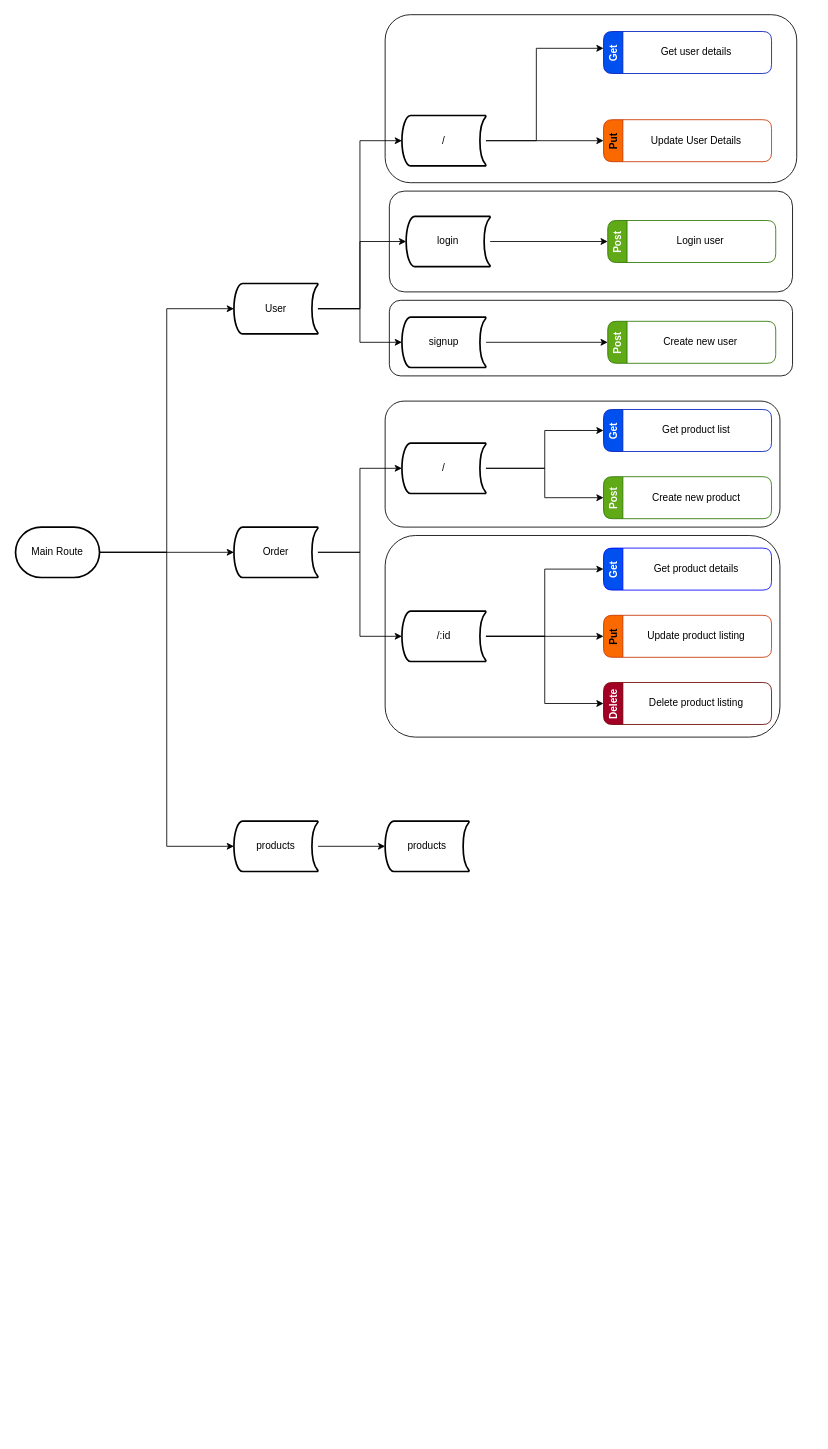
This is docs/Endpoint Mapping.drawio from XsAndre-L/Storefront-Backend---Express, a draw.io file, before an edit. Source tidied: cells renumbered, new cells numbered last; positions are measured from the earlier drawing's top-left corner, leaving out a move shared by most shapes. Both pictures are drawn from the tidied source at 84%, with x=0, y=0 at pixel (15, 14).
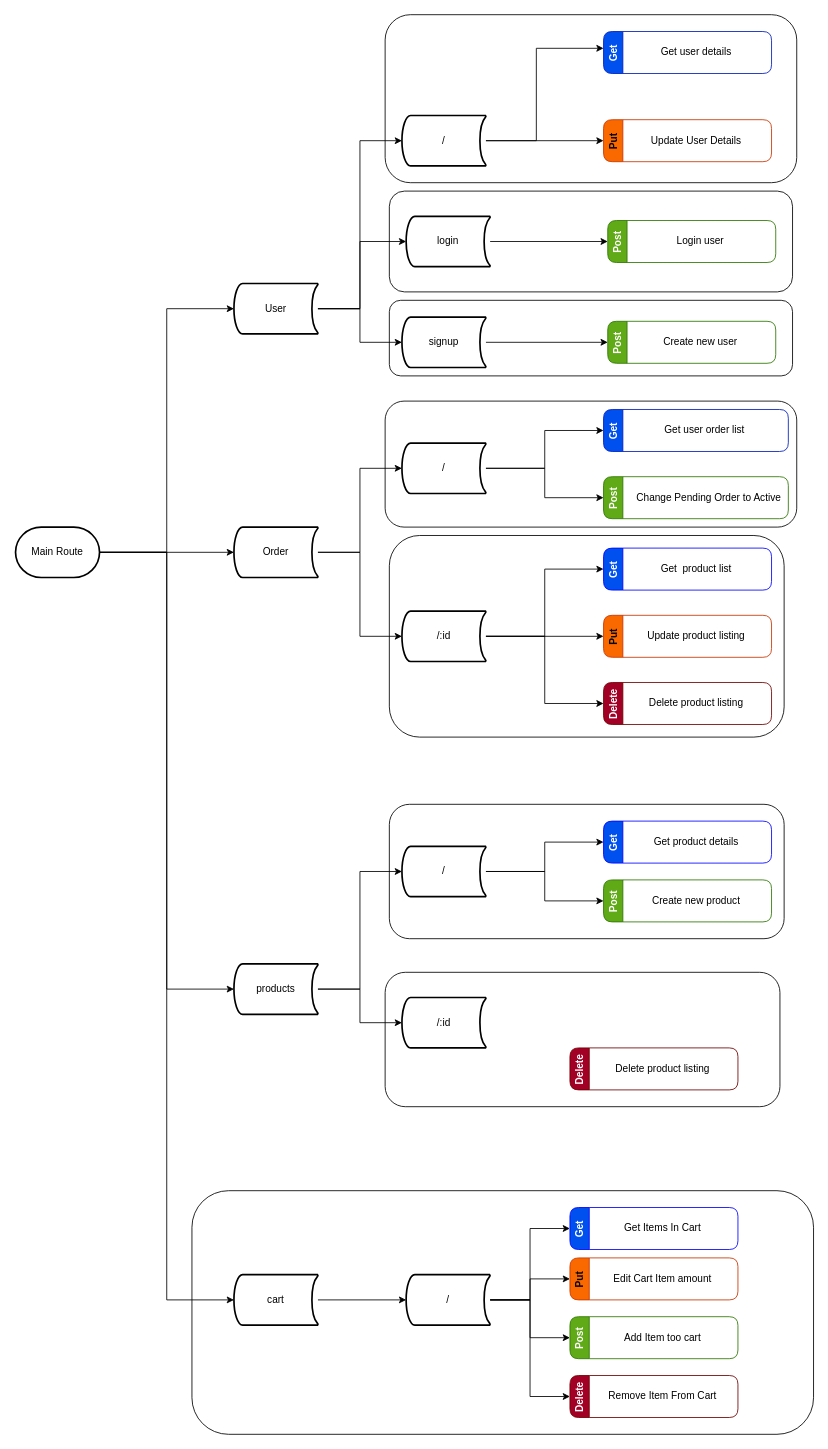
The same diagram, later.

Commit message (it also covers changes not shown here):
Cart Endpoints

Unchanged cells that the change refers to:
```xml
<mxCell id="10" value="Main Route" style="strokeWidth=2;html=1;shape=mxgraph.flowchart.terminator;whiteSpace=wrap;" parent="1" vertex="1">
  <mxGeometry y="610" width="100" height="60" as="geometry" />
</mxCell>
<mxCell id="47" value="Get" style="swimlane;horizontal=0;fillColor=#0050ef;fontColor=#ffffff;strokeColor=#0000FF;rounded=1;" parent="1" vertex="1">
  <mxGeometry x="700" y="635" width="200" height="50" as="geometry" />
</mxCell>
```

What changed in the source:
```diff
@@
+    <mxCell id="53" style="rounded=1;whiteSpace=wrap;html=1;" parent="1" vertex="1">
+      <mxGeometry x="210" y="1400" width="740" height="290" as="geometry" />
+    </mxCell>
+    <mxCell id="54" style="rounded=1;whiteSpace=wrap;html=1;" parent="1" vertex="1">
+      <mxGeometry x="440" y="1140" width="470" height="160" as="geometry" />
+    </mxCell>
+    <mxCell id="55" style="rounded=1;whiteSpace=wrap;html=1;" parent="1" vertex="1">
+      <mxGeometry x="445" y="940" width="470" height="160" as="geometry" />
+    </mxCell>
@@
     <mxCell id="5" style="rounded=1;whiteSpace=wrap;html=1;" parent="1" vertex="1">
-      <mxGeometry x="440" y="620" width="470" height="240" as="geometry" />
+      <mxGeometry x="445" y="620" width="470" height="240" as="geometry" />
     </mxCell>
     <mxCell id="6" style="rounded=1;whiteSpace=wrap;html=1;" parent="1" vertex="1">
-      <mxGeometry x="440" y="460" width="470" height="150" as="geometry" />
+      <mxGeometry x="440" y="460" width="490" height="150" as="geometry" />
     </mxCell>
@@
+    <mxCell id="56" style="edgeStyle=orthogonalEdgeStyle;rounded=0;jettySize=auto;html=1;entryX=0;entryY=0.5;entryDx=0;entryDy=0;entryPerimeter=0;" parent="1" edge="1" source="10" target="68">
+      <mxGeometry relative="1" as="geometry" />
+    </mxCell>
@@
     <mxCell id="18" style="edgeStyle=orthogonalEdgeStyle;rounded=0;jettySize=auto;html=1;" parent="1" edge="1" source="19" target="24">
-      <mxGeometry relative="1" as="geometry" />
+      <mxGeometry relative="1" as="geometry">
+        <Array as="points">
+          <mxPoint x="410" y="1160" />
+          <mxPoint x="410" y="1020" />
+        </Array>
+      </mxGeometry>
     </mxCell>
+    <mxCell id="57" style="edgeStyle=orthogonalEdgeStyle;rounded=0;jettySize=auto;html=1;" parent="1" edge="1" source="19" target="60">
+      <mxGeometry relative="1" as="geometry" />
+    </mxCell>
     <mxCell id="19" value="products" style="strokeWidth=2;html=1;shape=mxgraph.flowchart.stored_data;whiteSpace=wrap;" parent="1" vertex="1">
-      <mxGeometry x="260" y="960" width="100" height="60" as="geometry" />
+      <mxGeometry x="260" y="1130" width="100" height="60" as="geometry" />
     </mxCell>
@@
+    <mxCell id="58" style="edgeStyle=orthogonalEdgeStyle;rounded=0;jettySize=auto;html=1;entryX=0;entryY=0.5;entryDx=0;entryDy=0;" parent="1" edge="1" source="24" target="63">
+      <mxGeometry relative="1" as="geometry" />
+    </mxCell>
+    <mxCell id="59" style="edgeStyle=orthogonalEdgeStyle;rounded=0;jettySize=auto;html=1;" parent="1" edge="1" source="24" target="65">
+      <mxGeometry relative="1" as="geometry" />
+    </mxCell>
-    <mxCell id="24" value="products" style="strokeWidth=2;html=1;shape=mxgraph.flowchart.stored_data;whiteSpace=wrap;" parent="1" vertex="1">
-      <mxGeometry x="440" y="960" width="100" height="60" as="geometry" />
+    <mxCell id="24" value="/" style="strokeWidth=2;html=1;shape=mxgraph.flowchart.stored_data;whiteSpace=wrap;" parent="1" vertex="1">
+      <mxGeometry x="460" y="990" width="100" height="60" as="geometry" />
     </mxCell>
@@
     <mxCell id="43" value="Get" style="swimlane;horizontal=0;fillColor=#0050ef;fontColor=#ffffff;strokeColor=#001DBC;rounded=1;" parent="1" vertex="1">
-      <mxGeometry x="700" y="470" width="200" height="50" as="geometry" />
+      <mxGeometry x="700" y="470" width="220" height="50" as="geometry" />
     </mxCell>
-    <mxCell id="44" value="Get product list" style="text;html=1;align=center;verticalAlign=middle;strokeColor=none;fillColor=none;" parent="43" vertex="1">
-      <mxGeometry x="60" y="15" width="100" height="20" as="geometry" />
+    <mxCell id="44" value="Get user order list" style="text;html=1;align=center;verticalAlign=middle;strokeColor=none;fillColor=none;" parent="43" vertex="1">
+      <mxGeometry x="65" y="15" width="110" height="20" as="geometry" />
     </mxCell>
     <mxCell id="45" value="Post" style="swimlane;horizontal=0;fillColor=#60a917;fontColor=#ffffff;strokeColor=#2D7600;startSize=23;rounded=1;" parent="1" vertex="1">
-      <mxGeometry x="700" y="550" width="200" height="50" as="geometry" />
+      <mxGeometry x="700" y="550" width="220" height="50" as="geometry" />
     </mxCell>
-    <mxCell id="46" value="Create new product" style="text;html=1;align=center;verticalAlign=middle;strokeColor=none;fillColor=none;" parent="45" vertex="1">
-      <mxGeometry x="50" y="15" width="120" height="20" as="geometry" />
+    <mxCell id="46" value="Change Pending Order to Active" style="text;html=1;align=center;verticalAlign=middle;strokeColor=none;fillColor=none;" parent="45" vertex="1">
+      <mxGeometry x="30" y="15" width="190" height="20" as="geometry" />
     </mxCell>
@@
-    <mxCell id="48" value="Get product details" style="text;html=1;align=center;verticalAlign=middle;strokeColor=none;fillColor=none;" parent="47" vertex="1">
-      <mxGeometry x="50" y="15" width="120" height="20" as="geometry" />
+    <mxCell id="48" value="Get&amp;nbsp; product list" style="text;html=1;align=center;verticalAlign=middle;strokeColor=none;fillColor=none;" parent="47" vertex="1">
+      <mxGeometry x="60" y="15" width="100" height="20" as="geometry" />
     </mxCell>
@@
+    <mxCell id="60" value="/:id" style="strokeWidth=2;html=1;shape=mxgraph.flowchart.stored_data;whiteSpace=wrap;" parent="1" vertex="1">
+      <mxGeometry x="460" y="1170" width="100" height="60" as="geometry" />
+    </mxCell>
+    <mxCell id="61" value="Delete" style="swimlane;horizontal=0;fillColor=#a20025;fontColor=#ffffff;strokeColor=#6F0000;startSize=23;rounded=1;" parent="1" vertex="1">
+      <mxGeometry x="660" y="1230" width="200" height="50" as="geometry" />
+    </mxCell>
+    <mxCell id="62" value="Delete product listing" style="text;html=1;align=center;verticalAlign=middle;strokeColor=none;fillColor=none;" parent="61" vertex="1">
+      <mxGeometry x="45" y="15" width="130" height="20" as="geometry" />
+    </mxCell>
+    <mxCell id="63" value="Get" style="swimlane;horizontal=0;fillColor=#0050ef;fontColor=#ffffff;strokeColor=#0000FF;rounded=1;" parent="1" vertex="1">
+      <mxGeometry x="700" y="960" width="200" height="50" as="geometry" />
+    </mxCell>
+    <mxCell id="64" value="Get product details" style="text;html=1;align=center;verticalAlign=middle;strokeColor=none;fillColor=none;" parent="63" vertex="1">
+      <mxGeometry x="50" y="15" width="120" height="20" as="geometry" />
+    </mxCell>
+    <mxCell id="65" value="Post" style="swimlane;horizontal=0;fillColor=#60a917;fontColor=#ffffff;strokeColor=#2D7600;startSize=23;rounded=1;" parent="1" vertex="1">
+      <mxGeometry x="700" y="1030" width="200" height="50" as="geometry" />
+    </mxCell>
+    <mxCell id="66" value="Create new product" style="text;html=1;align=center;verticalAlign=middle;strokeColor=none;fillColor=none;" parent="65" vertex="1">
+      <mxGeometry x="50" y="15" width="120" height="20" as="geometry" />
+    </mxCell>
+    <mxCell id="67" style="edgeStyle=orthogonalEdgeStyle;rounded=0;jettySize=auto;html=1;entryX=0;entryY=0.5;entryDx=0;entryDy=0;entryPerimeter=0;" parent="1" edge="1" source="68" target="73">
+      <mxGeometry relative="1" as="geometry" />
+    </mxCell>
+    <mxCell id="68" value="cart" style="strokeWidth=2;html=1;shape=mxgraph.flowchart.stored_data;whiteSpace=wrap;" parent="1" vertex="1">
+      <mxGeometry x="260" y="1500" width="100" height="60" as="geometry" />
+    </mxCell>
+    <mxCell id="69" style="edgeStyle=orthogonalEdgeStyle;rounded=0;jettySize=auto;html=1;entryX=0;entryY=0.5;entryDx=0;entryDy=0;" parent="1" edge="1" source="73" target="74">
+      <mxGeometry relative="1" as="geometry" />
+    </mxCell>
+    <mxCell id="70" style="edgeStyle=orthogonalEdgeStyle;rounded=0;jettySize=auto;html=1;entryX=0;entryY=0.5;entryDx=0;entryDy=0;" parent="1" edge="1" source="73" target="80">
+      <mxGeometry relative="1" as="geometry" />
+    </mxCell>
+    <mxCell id="71" style="edgeStyle=orthogonalEdgeStyle;rounded=0;jettySize=auto;html=1;entryX=0;entryY=0.5;entryDx=0;entryDy=0;" parent="1" edge="1" source="73" target="78">
+      <mxGeometry relative="1" as="geometry" />
+    </mxCell>
+    <mxCell id="72" style="edgeStyle=orthogonalEdgeStyle;rounded=0;jettySize=auto;html=1;entryX=0;entryY=0.5;entryDx=0;entryDy=0;" parent="1" edge="1" source="73" target="76">
+      <mxGeometry relative="1" as="geometry" />
+    </mxCell>
+    <mxCell id="73" value="/" style="strokeWidth=2;html=1;shape=mxgraph.flowchart.stored_data;whiteSpace=wrap;" parent="1" vertex="1">
+      <mxGeometry x="465" y="1500" width="100" height="60" as="geometry" />
+    </mxCell>
+    <mxCell id="74" value="Get" style="swimlane;horizontal=0;fillColor=#0050ef;fontColor=#ffffff;strokeColor=#0000FF;rounded=1;" parent="1" vertex="1">
+      <mxGeometry x="660" y="1420" width="200" height="50" as="geometry" />
+    </mxCell>
+    <mxCell id="75" value="Get Items In Cart" style="text;html=1;align=center;verticalAlign=middle;strokeColor=none;fillColor=none;" parent="74" vertex="1">
+      <mxGeometry x="55" y="15" width="110" height="20" as="geometry" />
+    </mxCell>
+    <mxCell id="76" value="Delete" style="swimlane;horizontal=0;fillColor=#a20025;fontColor=#ffffff;strokeColor=#6F0000;startSize=23;rounded=1;" parent="1" vertex="1">
+      <mxGeometry x="660" y="1620" width="200" height="50" as="geometry" />
+    </mxCell>
+    <mxCell id="77" value="Remove Item From Cart" style="text;html=1;align=center;verticalAlign=middle;strokeColor=none;fillColor=none;" parent="76" vertex="1">
+      <mxGeometry x="40" y="15" width="140" height="20" as="geometry" />
+    </mxCell>
+    <mxCell id="78" value="Post" style="swimlane;horizontal=0;fillColor=#60a917;fontColor=#ffffff;strokeColor=#2D7600;startSize=23;rounded=1;" parent="1" vertex="1">
+      <mxGeometry x="660" y="1550" width="200" height="50" as="geometry" />
+    </mxCell>
+    <mxCell id="79" value="Add Item too cart" style="text;html=1;align=center;verticalAlign=middle;strokeColor=none;fillColor=none;" parent="78" vertex="1">
+      <mxGeometry x="55" y="15" width="110" height="20" as="geometry" />
+    </mxCell>
+    <mxCell id="80" value="Put" style="swimlane;horizontal=0;fillColor=#fa6800;fontColor=#000000;strokeColor=#C73500;startSize=23;rounded=1;" parent="1" vertex="1">
+      <mxGeometry x="660" y="1480" width="200" height="50" as="geometry" />
+    </mxCell>
+    <mxCell id="81" value="Edit Cart Item amount" style="text;html=1;align=center;verticalAlign=middle;strokeColor=none;fillColor=none;rounded=1;" parent="80" vertex="1">
+      <mxGeometry x="45" y="15" width="130" height="20" as="geometry" />
+    </mxCell>
```
